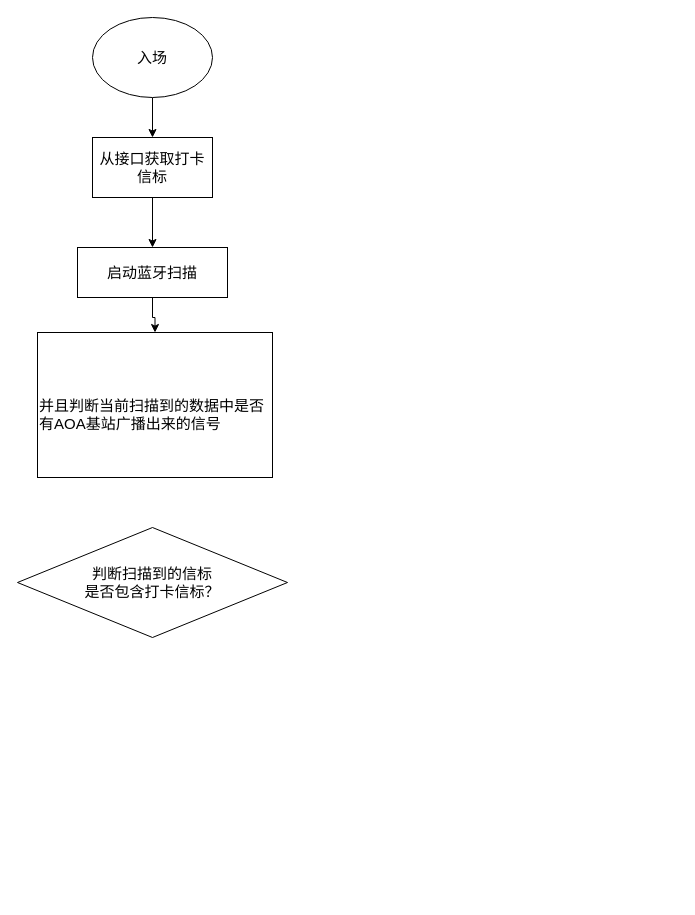
Above: source/Untitled Diagram.drawio in Mr-xzq/drawio (draw.io), before the change. Source tidied: cells renumbered, new cells numbered last; positions are measured from the earlier drawing's top-left corner, leaving out a move shared by most shapes. Both pictures are drawn from the tidied source at 100%, with x=0, y=0 at pixel (17, 17).
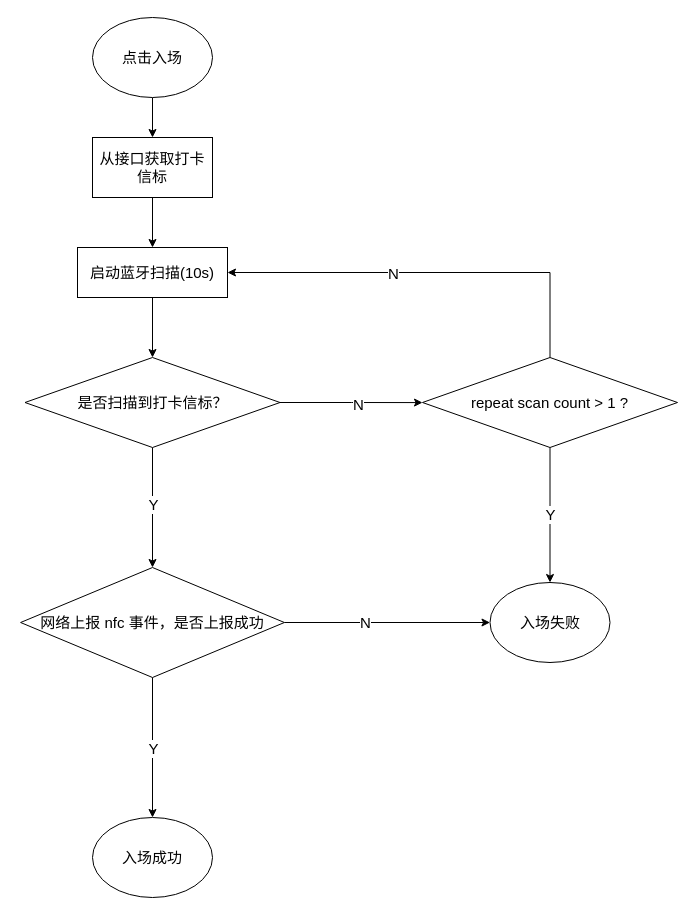
After the change.

The edit, as a diff of the source:
```diff
@@
-    <mxCell id="3" value="&lt;font style=&quot;font-size: 15px;&quot;&gt;入场&lt;/font&gt;" style="ellipse;whiteSpace=wrap;html=1;" parent="1" vertex="1">
+    <mxCell id="3" value="&lt;font style=&quot;font-size: 15px;&quot;&gt;点击入场&lt;/font&gt;" style="ellipse;whiteSpace=wrap;html=1;rounded=0;" parent="1" vertex="1">
       <mxGeometry x="75" width="120" height="80" as="geometry" />
     </mxCell>
@@
-    <mxCell id="6" style="edgeStyle=orthogonalEdgeStyle;rounded=0;jettySize=auto;html=1;fontSize=15;" parent="1" edge="1" source="7" target="8">
-      <mxGeometry relative="1" as="geometry" />
-    </mxCell>
+    <mxCell id="10" style="edgeStyle=orthogonalEdgeStyle;jettySize=auto;html=1;rounded=0;" parent="1" edge="1" source="7" target="9">
+      <mxGeometry relative="1" as="geometry" />
+    </mxCell>
-    <mxCell id="7" value="启动蓝牙扫描" style="rounded=0;whiteSpace=wrap;html=1;fontSize=15;" parent="1" vertex="1">
+    <mxCell id="7" value="启动蓝牙扫描(10s)" style="rounded=0;whiteSpace=wrap;html=1;fontSize=15;" parent="1" vertex="1">
       <mxGeometry x="60" y="230" width="150" height="50" as="geometry" />
     </mxCell>
-    <mxCell id="8" value="&lt;div&gt;&lt;br&gt;&lt;/div&gt;&lt;span style=&quot;background-color: initial;&quot;&gt;并且判断当前扫描到的数据中是否有AOA基站广播出来的信号&lt;/span&gt;" style="rounded=0;whiteSpace=wrap;html=1;fontSize=15;align=left;" parent="1" vertex="1">
-      <mxGeometry x="20" y="315" width="235" height="145" as="geometry" />
-    </mxCell>
+    <mxCell id="11" style="edgeStyle=orthogonalEdgeStyle;jettySize=auto;html=1;rounded=0;" parent="1" edge="1" source="9">
+      <mxGeometry relative="1" as="geometry">
+        <mxPoint x="405" y="385.1" as="targetPoint" />
+      </mxGeometry>
+    </mxCell>
+    <mxCell id="12" value="N" style="edgeLabel;html=1;align=center;verticalAlign=middle;fontSize=15;" parent="11" vertex="1">
+      <mxGeometry x="0.11" y="-1" relative="1" as="geometry" />
+    </mxCell>
+    <mxCell id="13" style="edgeStyle=orthogonalEdgeStyle;jettySize=auto;html=1;entryX=0.5;entryY=0;entryDx=0;entryDy=0;rounded=0;" parent="1" edge="1" source="9" target="25">
+      <mxGeometry relative="1" as="geometry" />
+    </mxCell>
+    <mxCell id="14" value="Y" style="edgeLabel;html=1;align=center;verticalAlign=middle;fontSize=15;" parent="13" vertex="1">
+      <mxGeometry x="-0.26" y="1" relative="1" as="geometry">
+        <mxPoint x="-1" y="12" as="offset" />
+      </mxGeometry>
+    </mxCell>
-    <mxCell id="9" value="判断扫描到的信标&lt;br&gt;是否包含打卡信标？" style="rhombus;whiteSpace=wrap;html=1;fontSize=15;" parent="1" vertex="1">
-      <mxGeometry y="510" width="270" height="110" as="geometry" />
+    <mxCell id="9" value="是否扫描到打卡信标？" style="rhombus;whiteSpace=wrap;html=1;fontSize=15;rounded=0;" parent="1" vertex="1">
+      <mxGeometry x="7.5" y="340" width="255" height="90" as="geometry" />
     </mxCell>
+    <mxCell id="15" style="edgeStyle=orthogonalEdgeStyle;jettySize=auto;html=1;entryX=0.5;entryY=0;entryDx=0;entryDy=0;fontSize=15;rounded=0;" parent="1" edge="1" source="19" target="20">
+      <mxGeometry relative="1" as="geometry" />
+    </mxCell>
+    <mxCell id="16" value="Y" style="edgeLabel;html=1;align=center;verticalAlign=middle;fontSize=15;" parent="15" vertex="1">
+      <mxGeometry x="-0.29" y="-1" relative="1" as="geometry">
+        <mxPoint x="1" y="18" as="offset" />
+      </mxGeometry>
+    </mxCell>
+    <mxCell id="17" style="edgeStyle=orthogonalEdgeStyle;jettySize=auto;html=1;entryX=1;entryY=0.5;entryDx=0;entryDy=0;fontSize=15;exitX=0.5;exitY=0;exitDx=0;exitDy=0;rounded=0;" parent="1" edge="1" source="19" target="7">
+      <mxGeometry relative="1" as="geometry">
+        <Array as="points">
+          <mxPoint x="533" y="255" />
+        </Array>
+      </mxGeometry>
+    </mxCell>
+    <mxCell id="18" value="N" style="edgeLabel;html=1;align=center;verticalAlign=middle;fontSize=15;" parent="17" vertex="1">
+      <mxGeometry x="0.06" y="-1" relative="1" as="geometry">
+        <mxPoint x="-26" y="1" as="offset" />
+      </mxGeometry>
+    </mxCell>
+    <mxCell id="19" value="repeat scan count &amp;gt; 1 ?" style="rhombus;whiteSpace=wrap;html=1;fontSize=15;rounded=0;" parent="1" vertex="1">
+      <mxGeometry x="405" y="340" width="255" height="90" as="geometry" />
+    </mxCell>
+    <mxCell id="20" value="入场失败" style="ellipse;whiteSpace=wrap;html=1;fontSize=15;rounded=0;" parent="1" vertex="1">
+      <mxGeometry x="472.5" y="565" width="120" height="80" as="geometry" />
+    </mxCell>
+    <mxCell id="21" style="edgeStyle=orthogonalEdgeStyle;jettySize=auto;html=1;entryX=0;entryY=0.5;entryDx=0;entryDy=0;fontSize=15;" parent="1" edge="1" source="25" target="20">
+      <mxGeometry relative="1" as="geometry" />
+    </mxCell>
+    <mxCell id="22" value="N" style="edgeLabel;html=1;align=center;verticalAlign=middle;fontSize=15;" parent="21" vertex="1">
+      <mxGeometry x="-0.21" y="1" relative="1" as="geometry" />
+    </mxCell>
+    <mxCell id="23" style="edgeStyle=orthogonalEdgeStyle;jettySize=auto;html=1;entryX=0.5;entryY=0;entryDx=0;entryDy=0;fontSize=15;" parent="1" edge="1" source="25" target="26">
+      <mxGeometry relative="1" as="geometry" />
+    </mxCell>
+    <mxCell id="24" value="Y" style="edgeLabel;html=1;align=center;verticalAlign=middle;fontSize=15;" parent="23" vertex="1">
+      <mxGeometry x="-0.29" y="4" relative="1" as="geometry">
+        <mxPoint x="-4" y="20" as="offset" />
+      </mxGeometry>
+    </mxCell>
+    <mxCell id="25" value="&lt;span style=&quot;&quot;&gt;网络上报 nfc 事件，是否上报成功&lt;/span&gt;" style="rhombus;whiteSpace=wrap;html=1;fontSize=15;rounded=0;" parent="1" vertex="1">
+      <mxGeometry x="3.1" y="550" width="263.8" height="110" as="geometry" />
+    </mxCell>
+    <mxCell id="26" value="入场成功" style="ellipse;whiteSpace=wrap;html=1;fontSize=15;rounded=0;" parent="1" vertex="1">
+      <mxGeometry x="75" y="800" width="120" height="80" as="geometry" />
+    </mxCell>
```
